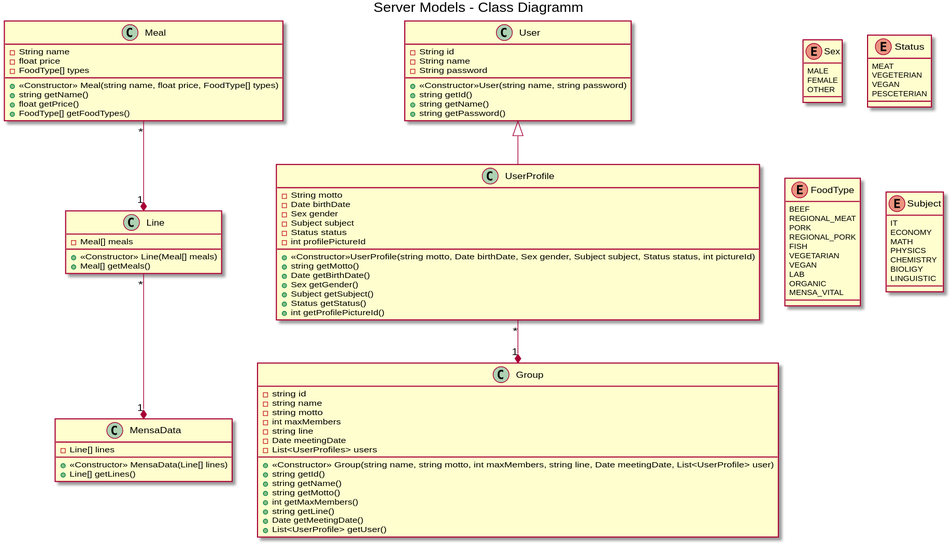
Above: 2 Entwurf/Klassendiagramme/serverModelsCD.svg in itzMatze/PSE-Team02 (PlantUML), before the change.
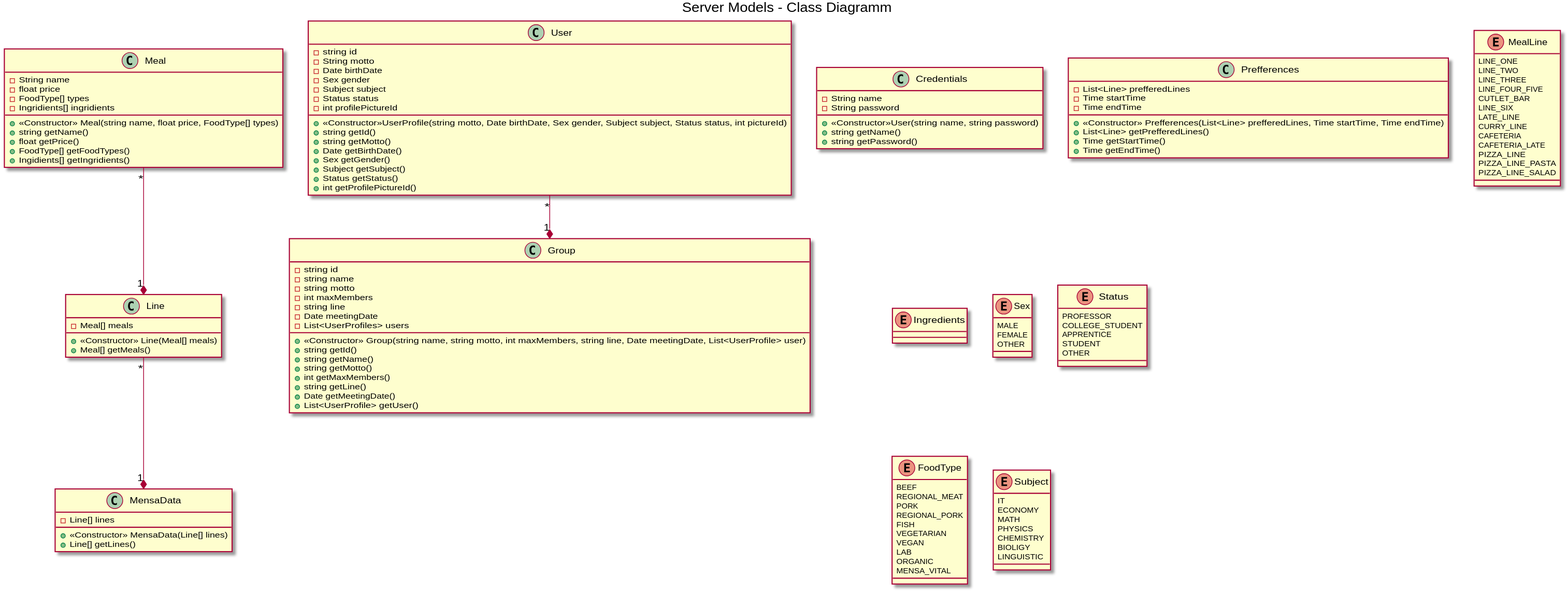
The same file after the commit.

Commit message:
Updated the server class diagramm

Change to the diagram source:
```diff
@@ -1,22 +1,20 @@
 @startuml
 title Server Models - Class Diagramm
 
-User <|-down- UserProfile
-Group "1" *-up- "*" UserProfile
+Group "1" *-up- "*" User
 Line "1" *-up- "*" Meal
 MensaData "1" *-up- "*" Line
 
-class User {
-  -String id
+class Credentials {
   -String name
   -String password
   +<<Constructor>>User(string name, string password)
-  +string getId()
   +string getName()
   +string getPassword()
 }
 
-class UserProfile {
+class User {
+  -string id
   -String motto
   -Date birthDate
   -Sex gender
@@ -24,6 +22,7 @@
   -Status status
   -int profilePictureId
   +<<Constructor>>UserProfile(string motto, Date birthDate, Sex gender, Subject subject, Status status, int pictureId)
+  +string getId()
   +string getMotto()
   +Date getBirthDate()
   +Sex getGender()
@@ -54,10 +53,12 @@
   -String name
   -float price
   -FoodType[] types
+  -Ingridients[] ingridients
   +<<Constructor>> Meal(string name, float price, FoodType[] types)
   +string getName()
   +float getPrice()
   +FoodType[] getFoodTypes()
+  +Ingidients[] getIngridients()
 }
 
 class Line {
@@ -72,6 +73,35 @@
   +Line[] getLines()
 }
 
+class Prefferences {
+  -List<Line> prefferedLines
+  -Time startTime
+  -Time endTime
+  +<<Constructor>> Prefferences(List<Line> prefferedLines, Time startTime, Time endTime)
+  +List<Line> getPrefferedLines()
+  +Time getStartTime()
+  +Time getEndTime()
+}
+
+enum MealLine {
+  LINE_ONE
+  LINE_TWO
+  LINE_THREE
+  LINE_FOUR_FIVE
+  CUTLET_BAR
+  LINE_SIX
+  LATE_LINE
+  CURRY_LINE
+  CAFETERIA
+  CAFETERIA_LATE
+  PIZZA_LINE
+  PIZZA_LINE_PASTA
+  PIZZA_LINE_SALAD
+}
+
+enum Ingredients {
+}
+
 enum Sex {
   MALE
   FEMALE
@@ -79,10 +109,11 @@
 }
 
 enum Status {
-  MEAT
-  VEGETERIAN
-  VEGAN
-  PESCETERIAN
+  PROFESSOR
+  COLLEGE_STUDENT
+  APPRENTICE
+  STUDENT
+  OTHER
 }
 
 enum FoodType {
```
